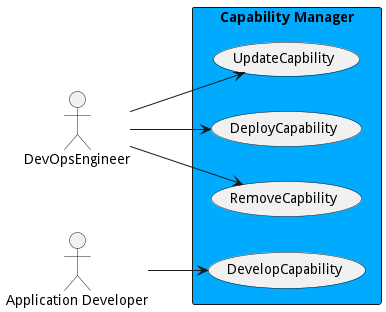
Before: docs/sabr/aml/cm/usecases.png, a diagram exported from PlantUML (madajaju/sabr).
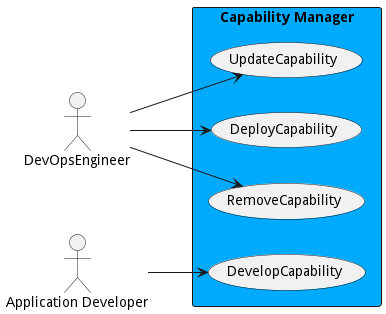
The same diagram one commit later.

Diff of the diagram source:
```diff
@@ -12,10 +12,10 @@
     DevOpsEngineer --> DeployCapability
     usecase "DevelopCapability" as DevelopCapability
     ApplicationDeveloper --> DevelopCapability
-    usecase "RemoveCapbility" as RemoveCapbility
-    DevOpsEngineer --> RemoveCapbility
-    usecase "UpdateCapbility" as UpdateCapbility
-    DevOpsEngineer --> UpdateCapbility
+    usecase "RemoveCapability" as RemoveCapability
+    DevOpsEngineer --> RemoveCapability
+    usecase "UpdateCapability" as UpdateCapability
+    DevOpsEngineer --> UpdateCapability
     }
 
 
```
